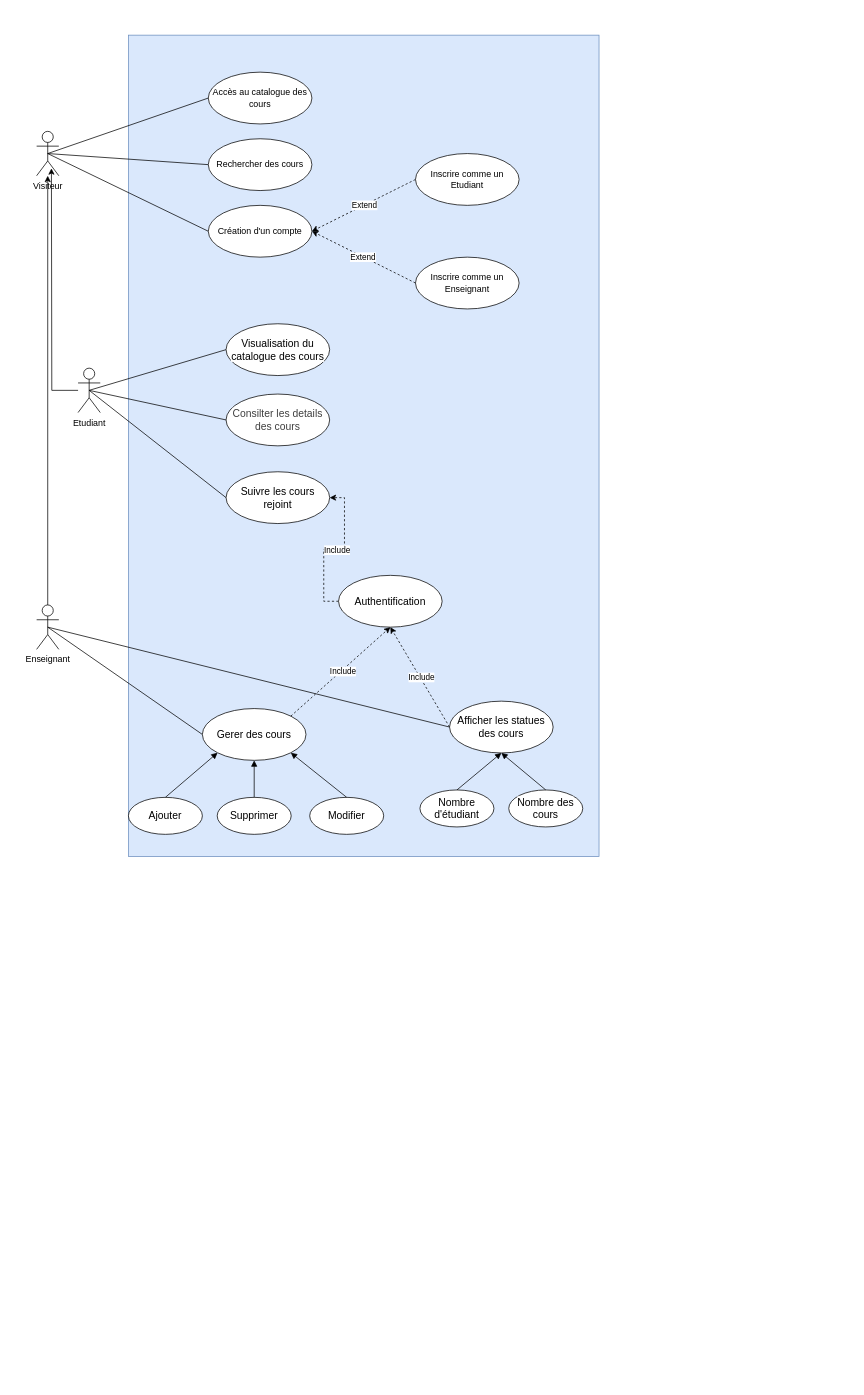
This is Cours en Ligne Youdemy.drawio from Abdelilah-Ajjouqa/Cours-en-Ligne-Youdemy, a draw.io file, before an edit. Source tidied: cells renumbered, new cells numbered last; positions are measured from the earlier drawing's top-left corner, leaving out a move shared by most shapes. Both pictures are drawn from the tidied source at 74%, with x=0, y=0 at pixel (36, 35).
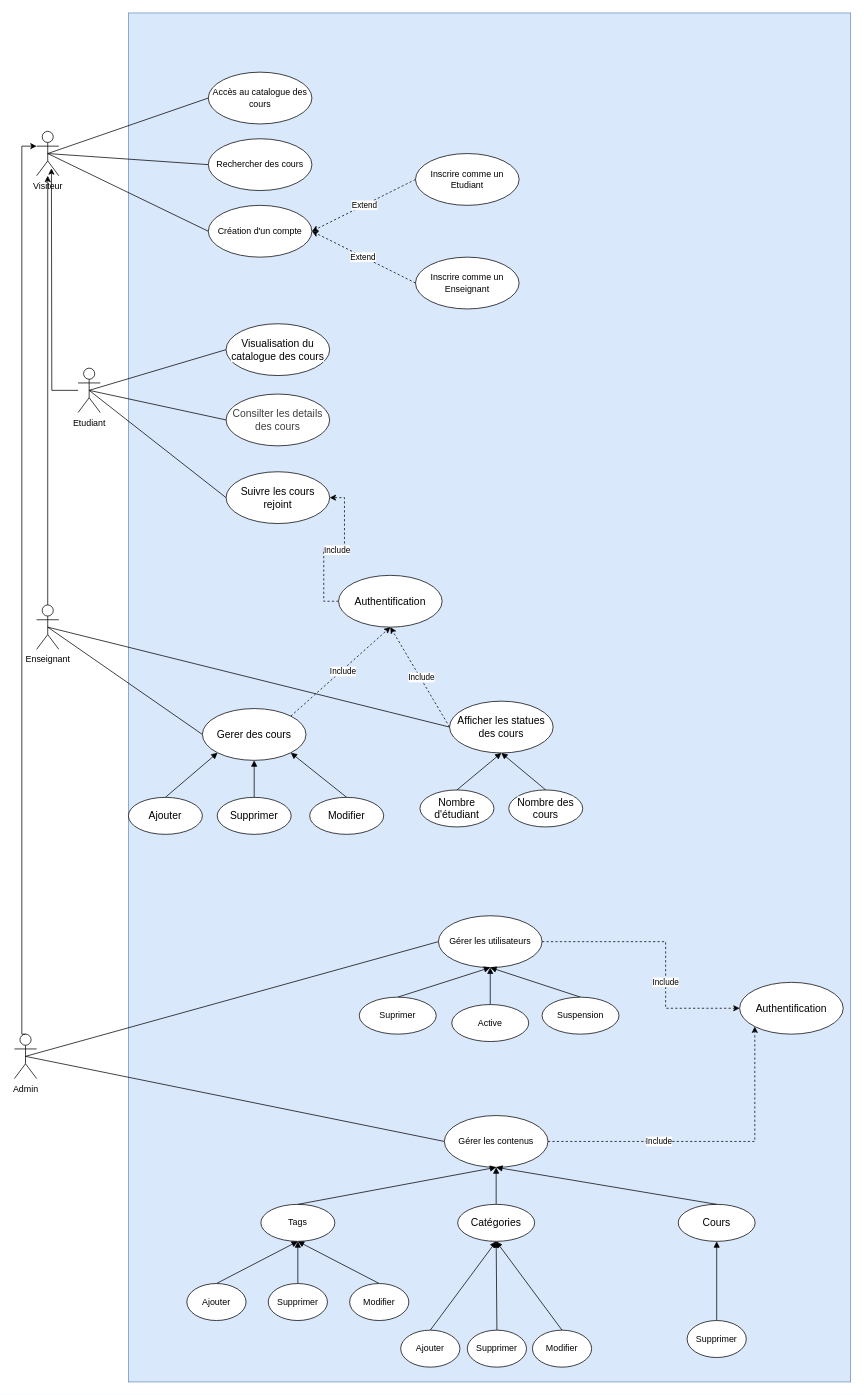
The same diagram, later.

The change refers to these unchanged cells:
```xml
<mxCell id="6" value="Visiteur" style="shape=umlActor;verticalLabelPosition=bottom;verticalAlign=top;html=1;outlineConnect=0;" parent="1" vertex="1">
  <mxGeometry y="130" width="30" height="60" as="geometry" />
</mxCell>
```

Diff of the diagram source:
```diff
@@
     <mxCell id="2" style="rounded=0;whiteSpace=wrap;html=1;fillColor=#dae8fc;strokeColor=#6c8ebf;" parent="1" vertex="1">
-      <mxGeometry x="124" width="636" height="1110" as="geometry" />
+      <mxGeometry x="124" y="-30" width="976" height="1850" as="geometry" />
     </mxCell>
@@
+    <mxCell id="49" style="rounded=0;jettySize=auto;html=1;exitX=0.5;exitY=0.5;exitDx=0;exitDy=0;exitPerimeter=0;entryX=0;entryY=0.5;entryDx=0;entryDy=0;endArrow=none;endFill=0;" parent="1" edge="1" source="51" target="62">
+      <mxGeometry relative="1" as="geometry" />
+    </mxCell>
+    <mxCell id="50" style="rounded=0;jettySize=auto;html=1;exitX=0.5;exitY=0.5;exitDx=0;exitDy=0;exitPerimeter=0;entryX=0;entryY=0.5;entryDx=0;entryDy=0;endArrow=none;endFill=0;" parent="1" edge="1" source="51" target="53">
+      <mxGeometry relative="1" as="geometry" />
+    </mxCell>
+    <mxCell id="51" value="Admin" style="shape=umlActor;verticalLabelPosition=bottom;verticalAlign=top;html=1;outlineConnect=0;" parent="1" vertex="1">
+      <mxGeometry x="-30" y="1350" width="30" height="60" as="geometry" />
+    </mxCell>
+    <mxCell id="52" style="group;" parent="1" vertex="1">
+      <mxGeometry x="459" y="1190" width="328" height="160" as="geometry" />
+    </mxCell>
+    <mxCell id="53" value="Gérer les utilisateurs" style="ellipse;whiteSpace=wrap;html=1;" parent="52" vertex="1">
+      <mxGeometry x="84" width="140" height="70" as="geometry" />
+    </mxCell>
+    <mxCell id="54" style="rounded=0;jettySize=auto;html=1;exitX=0.5;exitY=0;exitDx=0;exitDy=0;entryX=0.5;entryY=1;entryDx=0;entryDy=0;endArrow=block;endFill=1;" parent="52" edge="1" source="55" target="53">
+      <mxGeometry relative="1" as="geometry" />
+    </mxCell>
+    <mxCell id="55" value="Suprimer" style="ellipse;whiteSpace=wrap;html=1;" parent="52" vertex="1">
+      <mxGeometry x="-23" y="110" width="104" height="50" as="geometry" />
+    </mxCell>
+    <mxCell id="56" style="rounded=0;jettySize=auto;html=1;exitX=0.5;exitY=0;exitDx=0;exitDy=0;endArrow=block;endFill=1;" parent="52" edge="1" source="57">
+      <mxGeometry relative="1" as="geometry">
+        <mxPoint x="154" y="70" as="targetPoint" />
+      </mxGeometry>
+    </mxCell>
+    <mxCell id="57" value="Active" style="ellipse;whiteSpace=wrap;html=1;" parent="52" vertex="1">
+      <mxGeometry x="102" y="120" width="104" height="50" as="geometry" />
+    </mxCell>
+    <mxCell id="58" style="rounded=0;jettySize=auto;html=1;exitX=0.5;exitY=0;exitDx=0;exitDy=0;entryX=0.5;entryY=1;entryDx=0;entryDy=0;endArrow=block;endFill=1;" parent="52" edge="1" source="59" target="53">
+      <mxGeometry relative="1" as="geometry" />
+    </mxCell>
+    <mxCell id="59" value="&lt;span style=&quot;font-family: &amp;quot;Nunito Sans&amp;quot;, sans-serif; text-align: left; background-color: rgb(255, 255, 255);&quot;&gt;&lt;font&gt;Suspension&lt;/font&gt;&lt;/span&gt;" style="ellipse;whiteSpace=wrap;html=1;" parent="52" vertex="1">
+      <mxGeometry x="224" y="110" width="104" height="50" as="geometry" />
+    </mxCell>
+    <mxCell id="60" style="group;" parent="1" vertex="1">
+      <mxGeometry x="203" y="1460" width="768" height="340" as="geometry" />
+    </mxCell>
+    <mxCell id="61" style="group;" parent="60" vertex="1">
+      <mxGeometry x="264" width="328" height="170" as="geometry" />
+    </mxCell>
+    <mxCell id="62" value="Gérer les contenus" style="ellipse;whiteSpace=wrap;html=1;" parent="61" vertex="1">
+      <mxGeometry x="84" width="140" height="70" as="geometry" />
+    </mxCell>
+    <mxCell id="63" style="rounded=0;jettySize=auto;html=1;exitX=0.5;exitY=0;exitDx=0;exitDy=0;endArrow=block;endFill=1;" parent="61" edge="1" source="64">
+      <mxGeometry relative="1" as="geometry">
+        <mxPoint x="154" y="70" as="targetPoint" />
+      </mxGeometry>
+    </mxCell>
+    <mxCell id="64" value="&lt;span style=&quot;font-family: &amp;quot;Nunito Sans&amp;quot;, sans-serif; font-size: 14px; text-align: left; background-color: rgb(255, 255, 255);&quot;&gt;Catégories&lt;/span&gt;" style="ellipse;whiteSpace=wrap;html=1;" parent="61" vertex="1">
+      <mxGeometry x="102" y="120" width="104" height="50" as="geometry" />
+    </mxCell>
+    <mxCell id="65" style="rounded=0;jettySize=auto;html=1;exitX=0.5;exitY=0;exitDx=0;exitDy=0;entryX=0.5;entryY=1;entryDx=0;entryDy=0;endArrow=block;endFill=1;" parent="60" edge="1" source="66" target="71">
+      <mxGeometry relative="1" as="geometry" />
+    </mxCell>
+    <mxCell id="66" value="Ajouter" style="ellipse;whiteSpace=wrap;html=1;" parent="60" vertex="1">
+      <mxGeometry y="227" width="80" height="50" as="geometry" />
+    </mxCell>
+    <mxCell id="67" style="rounded=0;jettySize=auto;html=1;exitX=0.5;exitY=0;exitDx=0;exitDy=0;entryX=0.5;entryY=1;entryDx=0;entryDy=0;endArrow=block;endFill=1;" parent="60" edge="1" source="68" target="71">
+      <mxGeometry relative="1" as="geometry" />
+    </mxCell>
+    <mxCell id="68" value="Supprimer" style="ellipse;whiteSpace=wrap;html=1;" parent="60" vertex="1">
+      <mxGeometry x="110" y="227" width="80" height="50" as="geometry" />
+    </mxCell>
+    <mxCell id="69" style="rounded=0;jettySize=auto;html=1;exitX=0.5;exitY=0;exitDx=0;exitDy=0;entryX=0.5;entryY=1;entryDx=0;entryDy=0;endArrow=block;endFill=1;" parent="60" edge="1" source="70" target="71">
+      <mxGeometry relative="1" as="geometry" />
+    </mxCell>
+    <mxCell id="70" value="Modifier" style="ellipse;whiteSpace=wrap;html=1;" parent="60" vertex="1">
+      <mxGeometry x="220" y="227" width="80" height="50" as="geometry" />
+    </mxCell>
+    <mxCell id="71" value="Tags" style="ellipse;whiteSpace=wrap;html=1;" parent="60" vertex="1">
+      <mxGeometry x="100" y="120" width="100" height="50" as="geometry" />
+    </mxCell>
+    <mxCell id="72" style="rounded=0;jettySize=auto;html=1;exitX=0.5;exitY=0;exitDx=0;exitDy=0;entryX=0.5;entryY=1;entryDx=0;entryDy=0;endArrow=block;endFill=1;" parent="60" edge="1" source="71" target="62">
+      <mxGeometry relative="1" as="geometry" />
+    </mxCell>
+    <mxCell id="73" style="rounded=0;jettySize=auto;html=1;exitX=0.5;exitY=0;exitDx=0;exitDy=0;entryX=0.5;entryY=1;entryDx=0;entryDy=0;endArrow=block;endFill=1;" parent="60" edge="1" source="74" target="64">
+      <mxGeometry relative="1" as="geometry" />
+    </mxCell>
+    <mxCell id="74" value="Ajouter" style="ellipse;whiteSpace=wrap;html=1;" parent="60" vertex="1">
+      <mxGeometry x="289" y="290" width="80" height="50" as="geometry" />
+    </mxCell>
+    <mxCell id="75" style="rounded=0;jettySize=auto;html=1;exitX=0.5;exitY=0;exitDx=0;exitDy=0;entryX=0.5;entryY=1;entryDx=0;entryDy=0;endArrow=block;endFill=1;" parent="60" edge="1" source="76" target="64">
+      <mxGeometry relative="1" as="geometry" />
+    </mxCell>
+    <mxCell id="76" value="Supprimer" style="ellipse;whiteSpace=wrap;html=1;" parent="60" vertex="1">
+      <mxGeometry x="379" y="290" width="80" height="50" as="geometry" />
+    </mxCell>
+    <mxCell id="77" style="rounded=0;jettySize=auto;html=1;exitX=0.5;exitY=0;exitDx=0;exitDy=0;entryX=0.5;entryY=1;entryDx=0;entryDy=0;endArrow=block;endFill=1;" parent="60" edge="1" source="78" target="64">
+      <mxGeometry relative="1" as="geometry" />
+    </mxCell>
+    <mxCell id="78" value="Modifier" style="ellipse;whiteSpace=wrap;html=1;" parent="60" vertex="1">
+      <mxGeometry x="467" y="290" width="80" height="50" as="geometry" />
+    </mxCell>
+    <mxCell id="79" value="&lt;span style=&quot;font-family: &amp;quot;Nunito Sans&amp;quot;, sans-serif; font-size: 14px; text-align: left; background-color: rgb(255, 255, 255);&quot;&gt;Cours&lt;/span&gt;" style="ellipse;whiteSpace=wrap;html=1;" parent="60" vertex="1">
+      <mxGeometry x="664" y="120" width="104" height="50" as="geometry" />
+    </mxCell>
+    <mxCell id="80" style="rounded=0;jettySize=auto;html=1;exitX=0.5;exitY=0;exitDx=0;exitDy=0;entryX=0.5;entryY=1;entryDx=0;entryDy=0;endArrow=block;endFill=1;" parent="60" edge="1" source="79" target="62">
+      <mxGeometry relative="1" as="geometry" />
+    </mxCell>
+    <mxCell id="81" style="edgeStyle=orthogonalEdgeStyle;rounded=0;jettySize=auto;html=1;exitX=0.5;exitY=0;exitDx=0;exitDy=0;entryX=0.5;entryY=1;entryDx=0;entryDy=0;endArrow=block;endFill=1;" parent="60" edge="1" source="82" target="79">
+      <mxGeometry relative="1" as="geometry" />
+    </mxCell>
+    <mxCell id="82" value="Supprimer" style="ellipse;whiteSpace=wrap;html=1;" parent="60" vertex="1">
+      <mxGeometry x="676" y="277" width="80" height="50" as="geometry" />
+    </mxCell>
+    <mxCell id="83" style="edgeStyle=orthogonalEdgeStyle;rounded=0;jettySize=auto;html=1;exitX=0.5;exitY=0;exitDx=0;exitDy=0;exitPerimeter=0;entryX=0;entryY=0.3333333333333333;entryDx=0;entryDy=0;entryPerimeter=0;" parent="1" edge="1" source="51" target="6">
+      <mxGeometry relative="1" as="geometry">
+        <Array as="points">
+          <mxPoint x="-20" y="1350" />
+          <mxPoint x="-20" y="150" />
+        </Array>
+      </mxGeometry>
+    </mxCell>
+    <mxCell id="84" value="&lt;font style=&quot;font-size: 14px;&quot;&gt;Authentification&lt;/font&gt;" style="ellipse;whiteSpace=wrap;html=1;" parent="1" vertex="1">
+      <mxGeometry x="950" y="1280" width="140" height="70" as="geometry" />
+    </mxCell>
+    <mxCell id="85" style="edgeStyle=orthogonalEdgeStyle;rounded=0;jettySize=auto;html=1;exitX=1;exitY=0.5;exitDx=0;exitDy=0;entryX=0;entryY=1;entryDx=0;entryDy=0;dashed=1;" parent="1" edge="1" source="62" target="84">
+      <mxGeometry relative="1" as="geometry">
+        <Array as="points">
+          <mxPoint x="971" y="1495" />
+        </Array>
+      </mxGeometry>
+    </mxCell>
+    <mxCell id="86" value="Include" style="edgeLabel;html=1;align=center;verticalAlign=middle;" parent="85" vertex="1">
+      <mxGeometry x="-0.31" y="4" relative="1" as="geometry">
+        <mxPoint x="-1" y="3" as="offset" />
+      </mxGeometry>
+    </mxCell>
+    <mxCell id="87" style="edgeStyle=orthogonalEdgeStyle;rounded=0;jettySize=auto;html=1;exitX=1;exitY=0.5;exitDx=0;exitDy=0;entryX=0;entryY=0.5;entryDx=0;entryDy=0;dashed=1;" parent="1" edge="1" source="53" target="84">
+      <mxGeometry relative="1" as="geometry">
+        <Array as="points">
+          <mxPoint x="850" y="1225" />
+          <mxPoint x="850" y="1315" />
+        </Array>
+      </mxGeometry>
+    </mxCell>
+    <mxCell id="88" value="Include" style="edgeLabel;html=1;align=center;verticalAlign=middle;" parent="87" vertex="1">
+      <mxGeometry x="0.24" y="-1" relative="1" as="geometry" />
+    </mxCell>
```
